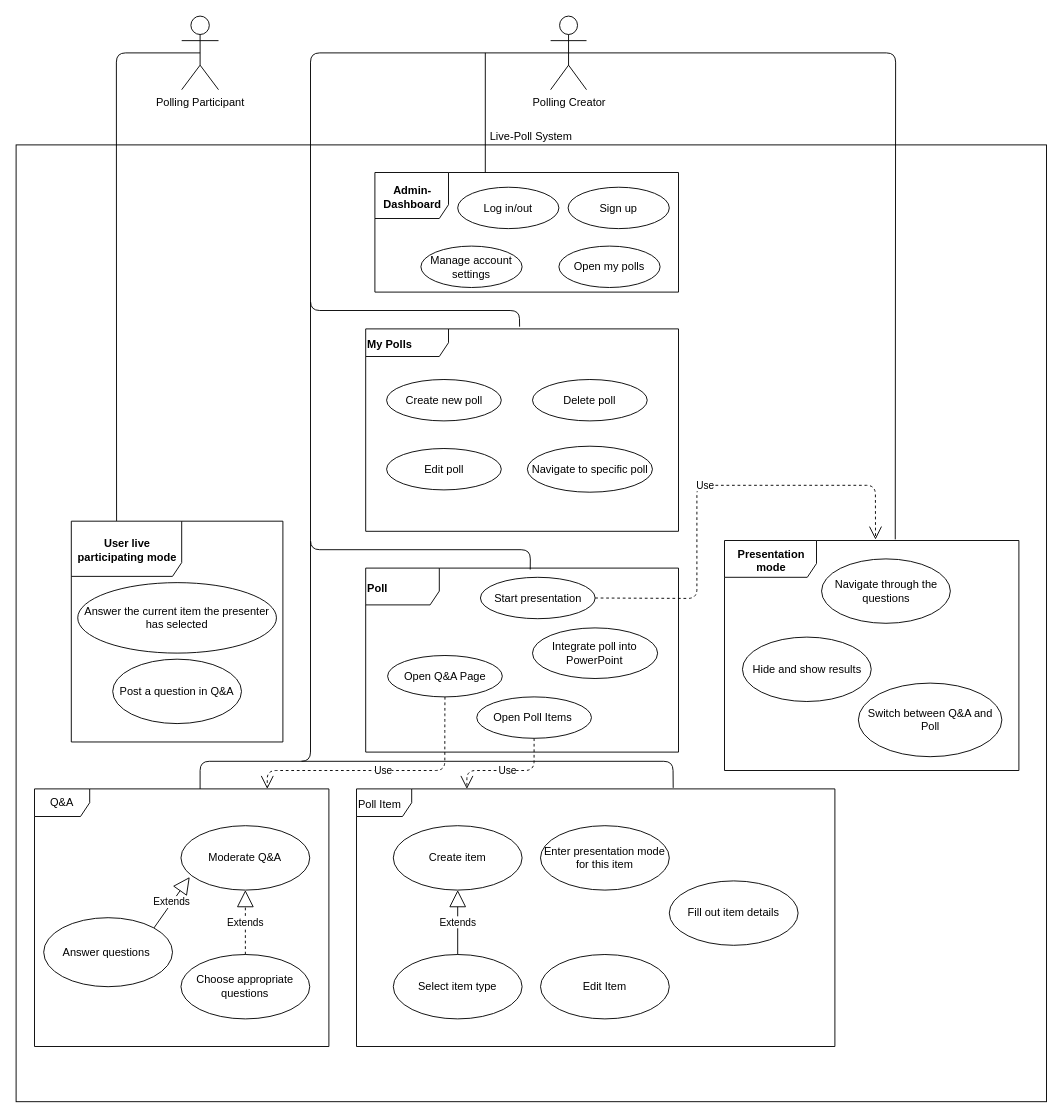
livepoll/live-poll-docs keeps this draw.io diagram as media/LivePollUCD.drawio. Above is the earlier version. Source tidied: cells renumbered, new cells numbered last; positions are measured from the earlier drawing's top-left corner, leaving out a move shared by most shapes. Both pictures are drawn from the tidied source at 92%, with x=0, y=0 at pixel (16, 16).
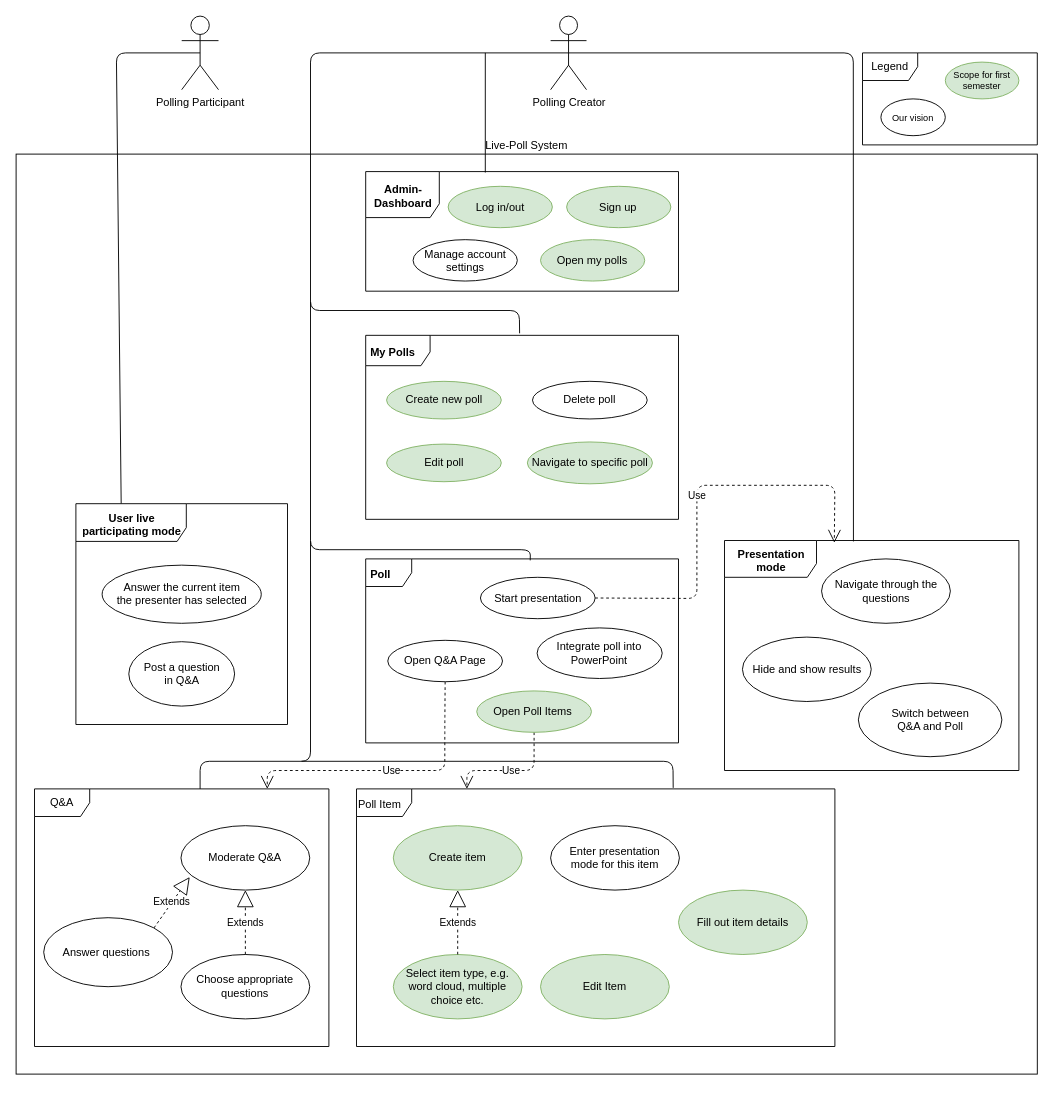
The same page after the edit.

The change refers to these unchanged cells:
```xml
<mxCell id="4" value="Polling Creator" style="shape=umlActor;verticalLabelPosition=bottom;verticalAlign=top;html=1;outlineConnect=0;" parent="1" vertex="1">
  <mxGeometry x="581" width="39" height="80" as="geometry" />
</mxCell>
<mxCell id="32" style="group;" parent="1" vertex="1">
  <mxGeometry x="380" y="600" width="340" height="200" as="geometry" />
</mxCell>
<mxCell id="36" value="Start presentation" style="ellipse;whiteSpace=wrap;html=1;" parent="32" vertex="1">
  <mxGeometry x="124.7" y="10" width="124.7" height="45" as="geometry" />
</mxCell>
<mxCell id="38" style="group;" parent="1" vertex="1">
  <mxGeometry x="20" y="840" width="320" height="280" as="geometry" />
</mxCell>
<mxCell id="41" value="Moderate Q&amp;amp;A" style="ellipse;whiteSpace=wrap;html=1;" parent="38" vertex="1">
  <mxGeometry x="159.2" y="40" width="140" height="70" as="geometry" />
</mxCell>
<mxCell id="42" value="Answer questions&amp;nbsp;" style="ellipse;whiteSpace=wrap;html=1;direction=south;" parent="38" vertex="1">
  <mxGeometry x="10" y="140" width="140" height="75" as="geometry" />
</mxCell>
<mxCell id="45" style="group;" parent="1" vertex="1">
  <mxGeometry x="770" y="570" width="320" height="250" as="geometry" />
</mxCell>
<mxCell id="46" value="&lt;p style=&quot;margin: 0px ; margin-top: 4px ; text-align: center&quot;&gt;&lt;b&gt;Presentation mode&lt;/b&gt;&lt;/p&gt;" style="shape=umlFrame;whiteSpace=wrap;html=1;fontFamily=Helvetica;fontSize=12;fontColor=#000000;align=left;strokeColor=#000000;fillColor=#ffffff;width=100;height=40;" parent="45" vertex="1">
  <mxGeometry width="320" height="250" as="geometry" />
</mxCell>
```

Diff of the diagram source:
```diff
@@
     <mxCell id="2" value="Live-Poll System" style="rounded=0;whiteSpace=wrap;html=1;labelPosition=center;verticalLabelPosition=top;align=center;verticalAlign=bottom;" parent="1" vertex="1">
-      <mxGeometry y="140" width="1120" height="1040" as="geometry" />
+      <mxGeometry y="150" width="1110" height="1000" as="geometry" />
     </mxCell>
@@
     <mxCell id="10" style="group;" parent="1" vertex="1">
-      <mxGeometry x="380" y="340" width="340" height="220" as="geometry" />
+      <mxGeometry x="380" y="347" width="340" height="200" as="geometry" />
     </mxCell>
-    <mxCell id="11" value="&lt;p style=&quot;margin: 0px ; margin-top: 4px ; text-align: center&quot;&gt;&lt;b&gt;My Polls&lt;/b&gt;&lt;/p&gt;" style="shape=umlFrame;whiteSpace=wrap;html=1;fontFamily=Helvetica;fontSize=12;fontColor=#000000;align=left;strokeColor=#000000;fillColor=#ffffff;width=90;height=30;" parent="10" vertex="1">
-      <mxGeometry width="340" height="220" as="geometry" />
+    <mxCell id="11" value="&lt;p style=&quot;margin: 0px ; margin-top: 4px ; text-align: center&quot;&gt;&lt;b&gt;&amp;nbsp;My Polls&lt;/b&gt;&lt;/p&gt;" style="shape=umlFrame;whiteSpace=wrap;html=1;fontFamily=Helvetica;fontSize=12;fontColor=#000000;align=left;strokeColor=#000000;fillColor=#ffffff;width=70;height=33;" parent="10" vertex="1">
+      <mxGeometry width="340" height="200" as="geometry" />
     </mxCell>
-    <mxCell id="12" value="Create new poll" style="ellipse;whiteSpace=wrap;html=1;" parent="10" vertex="1">
-      <mxGeometry x="22.7" y="55" width="124.7" height="45" as="geometry" />
+    <mxCell id="12" value="Create new poll" style="ellipse;whiteSpace=wrap;html=1;fillColor=#d5e8d4;strokeColor=#82b366;" parent="10" vertex="1">
+      <mxGeometry x="22.7" y="50" width="124.7" height="40.9" as="geometry" />
     </mxCell>
     <mxCell id="13" value="Delete poll" style="ellipse;whiteSpace=wrap;html=1;" parent="10" vertex="1">
-      <mxGeometry x="181.3" y="55" width="124.7" height="45" as="geometry" />
+      <mxGeometry x="181.3" y="50" width="124.7" height="40.9" as="geometry" />
     </mxCell>
-    <mxCell id="14" value="Edit poll" style="ellipse;whiteSpace=wrap;html=1;" parent="10" vertex="1">
-      <mxGeometry x="22.7" y="130" width="124.7" height="45" as="geometry" />
+    <mxCell id="14" value="Edit poll" style="ellipse;whiteSpace=wrap;html=1;fillColor=#d5e8d4;strokeColor=#82b366;" parent="10" vertex="1">
+      <mxGeometry x="22.7" y="118.2" width="124.7" height="40.9" as="geometry" />
     </mxCell>
-    <mxCell id="15" value="Navigate to specific poll" style="ellipse;whiteSpace=wrap;html=1;" parent="10" vertex="1">
-      <mxGeometry x="175.7" y="127.5" width="136" height="50" as="geometry" />
+    <mxCell id="15" value="Navigate to specific poll" style="ellipse;whiteSpace=wrap;html=1;fillColor=#d5e8d4;strokeColor=#82b366;" parent="10" vertex="1">
+      <mxGeometry x="175.7" y="115.9" width="136" height="45.5" as="geometry" />
     </mxCell>
     <mxCell id="16" style="group;" parent="1" vertex="1">
-      <mxGeometry x="390" y="170" width="330" height="130" as="geometry" />
+      <mxGeometry x="380" y="169" width="340" height="130" as="geometry" />
     </mxCell>
     <mxCell id="17" value="&lt;p style=&quot;margin: 0px ; margin-top: 4px ; text-align: center&quot;&gt;&lt;b&gt;Admin-Dashboard&lt;/b&gt;&lt;/p&gt;" style="shape=umlFrame;whiteSpace=wrap;html=1;fontFamily=Helvetica;fontSize=12;fontColor=#000000;align=left;strokeColor=#000000;fillColor=#ffffff;width=80;height=50;" parent="16" vertex="1">
-      <mxGeometry width="330" height="130" as="geometry" />
+      <mxGeometry width="340" height="130" as="geometry" />
     </mxCell>
-    <mxCell id="18" value="Log in/out" style="ellipse;whiteSpace=wrap;html=1;" parent="16" vertex="1">
-      <mxGeometry x="90" y="16" width="110" height="45" as="geometry" />
+    <mxCell id="18" value="Log in/out" style="ellipse;whiteSpace=wrap;html=1;fillColor=#d5e8d4;strokeColor=#82b366;" parent="16" vertex="1">
+      <mxGeometry x="89.6" y="16" width="113.3" height="45" as="geometry" />
     </mxCell>
-    <mxCell id="19" value="Sign up" style="ellipse;whiteSpace=wrap;html=1;" parent="16" vertex="1">
-      <mxGeometry x="210" y="16" width="110" height="45" as="geometry" />
+    <mxCell id="19" value="Sign up" style="ellipse;whiteSpace=wrap;html=1;fillColor=#d5e8d4;strokeColor=#82b366;" parent="16" vertex="1">
+      <mxGeometry x="218.4" y="16" width="113.3" height="45" as="geometry" />
     </mxCell>
     <mxCell id="20" value="Manage account settings" style="ellipse;whiteSpace=wrap;html=1;" parent="16" vertex="1">
-      <mxGeometry x="50" y="80" width="110" height="45" as="geometry" />
+      <mxGeometry x="51.5" y="74" width="113.3" height="45" as="geometry" />
     </mxCell>
-    <mxCell id="21" value="Open my polls" style="ellipse;whiteSpace=wrap;html=1;" parent="16" vertex="1">
-      <mxGeometry x="200" y="80" width="110" height="45" as="geometry" />
+    <mxCell id="21" value="Open my polls" style="ellipse;whiteSpace=wrap;html=1;fillColor=#d5e8d4;strokeColor=#82b366;" parent="16" vertex="1">
+      <mxGeometry x="190" y="74" width="113.3" height="45" as="geometry" />
     </mxCell>
     <mxCell id="22" style="group;" parent="1" vertex="1">
-      <mxGeometry x="60" y="549" width="230" height="240" as="geometry" />
+      <mxGeometry x="65" y="530" width="230" height="240" as="geometry" />
     </mxCell>
-    <mxCell id="23" value="&lt;p style=&quot;margin: 0px ; margin-top: 4px ; text-align: center&quot;&gt;&lt;b&gt;User live participating mode&lt;/b&gt;&lt;/p&gt;" style="shape=umlFrame;whiteSpace=wrap;html=1;fontFamily=Helvetica;fontSize=12;fontColor=#000000;align=left;strokeColor=#000000;fillColor=#ffffff;width=120;height=60;" parent="22" vertex="1">
+    <mxCell id="23" value="&lt;p style=&quot;margin: 0px ; margin-top: 4px ; text-align: center&quot;&gt;&lt;b&gt;User live participating mode&lt;/b&gt;&lt;/p&gt;" style="shape=umlFrame;whiteSpace=wrap;html=1;fontFamily=Helvetica;fontSize=12;fontColor=#000000;align=left;strokeColor=#000000;fillColor=#ffffff;width=120;height=41;" parent="22" vertex="1">
       <mxGeometry width="230" height="240" as="geometry" />
     </mxCell>
-    <mxCell id="24" value="Answer the current item the presenter has selected" style="ellipse;whiteSpace=wrap;html=1;" parent="22" vertex="1">
-      <mxGeometry x="7" y="66.8" width="216" height="76.6" as="geometry" />
+    <mxCell id="24" value="Answer the current item&lt;br&gt;the presenter has selected" style="ellipse;whiteSpace=wrap;html=1;" parent="22" vertex="1">
+      <mxGeometry x="28.5" y="66.8" width="173" height="63.2" as="geometry" />
     </mxCell>
-    <mxCell id="25" value="Post a question in Q&amp;amp;A" style="ellipse;whiteSpace=wrap;html=1;" parent="22" vertex="1">
-      <mxGeometry x="45" y="150" width="140" height="70" as="geometry" />
+    <mxCell id="25" value="Post a question&lt;br&gt;in Q&amp;amp;A" style="ellipse;whiteSpace=wrap;html=1;" parent="22" vertex="1">
+      <mxGeometry x="57.5" y="150" width="115" height="70" as="geometry" />
     </mxCell>
-    <mxCell id="26" value="Create item" style="ellipse;whiteSpace=wrap;html=1;" parent="1" vertex="1">
+    <mxCell id="26" value="Create item" style="ellipse;whiteSpace=wrap;html=1;fillColor=#d5e8d4;strokeColor=#82b366;" parent="1" vertex="1">
       <mxGeometry x="410" y="880" width="140" height="70" as="geometry" />
     </mxCell>
-    <mxCell id="27" value="Edit Item" style="ellipse;whiteSpace=wrap;html=1;" parent="1" vertex="1">
+    <mxCell id="27" value="Edit Item" style="ellipse;whiteSpace=wrap;html=1;fillColor=#d5e8d4;strokeColor=#82b366;" parent="1" vertex="1">
       <mxGeometry x="570" y="1020" width="140" height="70" as="geometry" />
     </mxCell>
-    <mxCell id="28" value="Select item type" style="ellipse;whiteSpace=wrap;html=1;" parent="1" vertex="1">
+    <mxCell id="28" value="Select item type, e.g.&lt;br&gt;word cloud, multiple choice etc." style="ellipse;whiteSpace=wrap;html=1;fillColor=#d5e8d4;strokeColor=#82b366;" parent="1" vertex="1">
       <mxGeometry x="410" y="1020" width="140" height="70" as="geometry" />
     </mxCell>
-    <mxCell id="29" value="Extends" style="endArrow=block;endSize=16;endFill=0;html=1;exitX=0.5;exitY=0;exitDx=0;exitDy=0;entryX=0.5;entryY=1;entryDx=0;entryDy=0;" parent="1" edge="1" source="28" target="26">
+    <mxCell id="29" value="Extends" style="endArrow=block;endSize=16;endFill=0;html=1;exitX=0.5;exitY=0;exitDx=0;exitDy=0;entryX=0.5;entryY=1;entryDx=0;entryDy=0;dashed=1;" parent="1" edge="1" source="28" target="26">
       <mxGeometry relative="1" as="geometry" />
     </mxCell>
-    <mxCell id="30" value="Enter presentation mode for this item" style="ellipse;whiteSpace=wrap;html=1;" parent="1" vertex="1">
-      <mxGeometry x="570" y="880" width="140" height="70" as="geometry" />
+    <mxCell id="30" value="Enter presentation&lt;br&gt;mode for this item" style="ellipse;whiteSpace=wrap;html=1;" parent="1" vertex="1">
+      <mxGeometry x="581" y="880" width="140" height="70" as="geometry" />
     </mxCell>
-    <mxCell id="31" value="Use" style="endArrow=open;endSize=12;dashed=1;html=1;entryX=0.513;entryY=-0.004;entryDx=0;entryDy=0;entryPerimeter=0;exitX=1;exitY=0.5;exitDx=0;exitDy=0;" parent="1" edge="1" source="36" target="46">
+    <mxCell id="31" value="Use" style="endArrow=open;endSize=12;dashed=1;html=1;entryX=0.373;entryY=0.01;entryDx=0;entryDy=0;entryPerimeter=0;exitX=1;exitY=0.5;exitDx=0;exitDy=0;" parent="1" edge="1" source="36" target="46">
       <mxGeometry relative="1" as="geometry">
         <Array as="points">
           <mxPoint x="740" y="633" />
           <mxPoint x="740" y="510" />
-          <mxPoint x="934" y="510" />
+          <mxPoint x="890" y="510" />
         </Array>
       </mxGeometry>
     </mxCell>
@@
-    <mxCell id="33" value="&lt;p style=&quot;margin: 0px ; margin-top: 4px ; text-align: center&quot;&gt;&lt;b&gt;Poll&lt;/b&gt;&lt;/p&gt;" style="shape=umlFrame;whiteSpace=wrap;html=1;fontFamily=Helvetica;fontSize=12;fontColor=#000000;align=left;strokeColor=#000000;fillColor=#ffffff;width=80;height=40;" parent="32" vertex="1">
-      <mxGeometry width="340" height="200" as="geometry" />
+    <mxCell id="33" value="&lt;p style=&quot;margin: 0px ; margin-top: 4px ; text-align: center&quot;&gt;&lt;b&gt;&amp;nbsp;Poll&lt;/b&gt;&lt;/p&gt;" style="shape=umlFrame;whiteSpace=wrap;html=1;fontFamily=Helvetica;fontSize=12;fontColor=#000000;align=left;strokeColor=#000000;fillColor=#ffffff;width=50;height=30;" parent="32" vertex="1">
+      <mxGeometry y="-10" width="340" height="200" as="geometry" />
     </mxCell>
     <mxCell id="34" value="Open Q&amp;amp;A Page" style="ellipse;whiteSpace=wrap;html=1;" parent="32" vertex="1">
-      <mxGeometry x="23.8" y="95" width="124.7" height="45" as="geometry" />
+      <mxGeometry x="24" y="78.5" width="124.7" height="45" as="geometry" />
     </mxCell>
-    <mxCell id="35" value="Open Poll Items&amp;nbsp;" style="ellipse;whiteSpace=wrap;html=1;" parent="32" vertex="1">
-      <mxGeometry x="120.7" y="140" width="124.7" height="45" as="geometry" />
+    <mxCell id="35" value="Open Poll Items&amp;nbsp;" style="ellipse;whiteSpace=wrap;html=1;fillColor=#d5e8d4;strokeColor=#82b366;" parent="32" vertex="1">
+      <mxGeometry x="120.7" y="133.5" width="124.7" height="45" as="geometry" />
     </mxCell>
@@
     <mxCell id="37" value="Integrate poll into PowerPoint" style="ellipse;whiteSpace=wrap;html=1;" parent="32" vertex="1">
-      <mxGeometry x="181.3" y="65" width="136" height="55" as="geometry" />
+      <mxGeometry x="186.3" y="65" width="136" height="55" as="geometry" />
     </mxCell>
@@
-    <mxCell id="44" value="Extends" style="endArrow=block;endSize=16;endFill=0;html=1;exitX=0;exitY=0;exitDx=0;exitDy=0;entryX=0.068;entryY=0.797;entryDx=0;entryDy=0;entryPerimeter=0;" parent="38" edge="1" source="42" target="41">
+    <mxCell id="44" value="Extends" style="endArrow=block;endSize=16;endFill=0;html=1;exitX=0;exitY=0;exitDx=0;exitDy=0;entryX=0.068;entryY=0.797;entryDx=0;entryDy=0;entryPerimeter=0;dashed=1;" parent="38" edge="1" source="42" target="41">
       <mxGeometry relative="1" as="geometry" />
     </mxCell>
@@
-    <mxCell id="47" value="Switch between Q&amp;amp;A and Poll" style="ellipse;whiteSpace=wrap;html=1;" parent="45" vertex="1">
+    <mxCell id="47" value="Switch between&lt;br&gt;Q&amp;amp;A and Poll" style="ellipse;whiteSpace=wrap;html=1;" parent="45" vertex="1">
       <mxGeometry x="145.5" y="155" width="156" height="80" as="geometry" />
     </mxCell>
@@
-    <mxCell id="52" style="endArrow=none;html=1;exitX=0.58;exitY=-0.005;exitDx=0;exitDy=0;exitPerimeter=0;entryX=0.5;entryY=0.5;entryDx=0;entryDy=0;entryPerimeter=0;" parent="1" edge="1" source="46" target="4">
+    <mxCell id="52" style="endArrow=none;html=1;exitX=0.438;exitY=0.004;exitDx=0;exitDy=0;exitPerimeter=0;entryX=0.5;entryY=0.5;entryDx=0;entryDy=0;entryPerimeter=0;" parent="1" edge="1" source="46" target="4">
       <mxGeometry relative="1" as="geometry">
         <Array as="points">
-          <mxPoint x="956" y="40" />
+          <mxPoint x="910" y="40" />
         </Array>
       </mxGeometry>
     </mxCell>
@@
-    <mxCell id="56" value="Fill out item details" style="ellipse;whiteSpace=wrap;html=1;" parent="1" vertex="1">
-      <mxGeometry x="710" y="940" width="140" height="70" as="geometry" />
+    <mxCell id="56" value="Fill out item details" style="ellipse;whiteSpace=wrap;html=1;fillColor=#d5e8d4;strokeColor=#82b366;" parent="1" vertex="1">
+      <mxGeometry x="720" y="950" width="140" height="70" as="geometry" />
     </mxCell>
@@
+    <mxCell id="58" value="Legend" style="shape=umlFrame;whiteSpace=wrap;html=1;" parent="1" vertex="1">
+      <mxGeometry x="920" y="40" width="190" height="100" as="geometry" />
+    </mxCell>
+    <mxCell id="59" value="Scope for first semester" style="ellipse;whiteSpace=wrap;html=1;fillColor=#d5e8d4;strokeColor=#82b366;fontSize=10;" parent="1" vertex="1">
+      <mxGeometry x="1010" y="50" width="80" height="40" as="geometry" />
+    </mxCell>
+    <mxCell id="60" value="Our vision" style="ellipse;whiteSpace=wrap;html=1;fontSize=10;" parent="1" vertex="1">
+      <mxGeometry x="940" y="90" width="70" height="40" as="geometry" />
+    </mxCell>
```
